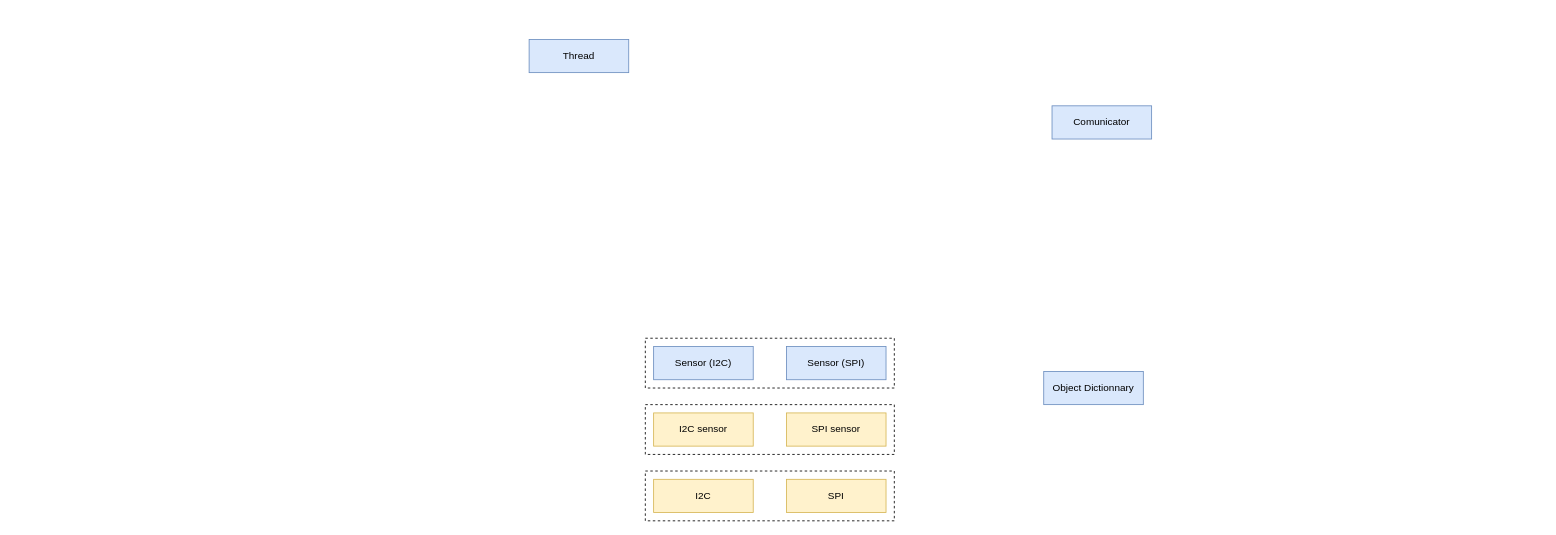
Above: CM4/doc/av_complete.drawio in EPFLRocketTeam/NordendSoftware (draw.io), before the change. Source tidied: cells renumbered, new cells numbered last; positions are measured from the earlier drawing's top-left corner, leaving out a move shared by most shapes. Both pictures are drawn from the tidied source at 83%, with x=0, y=0 at pixel (529, 39).
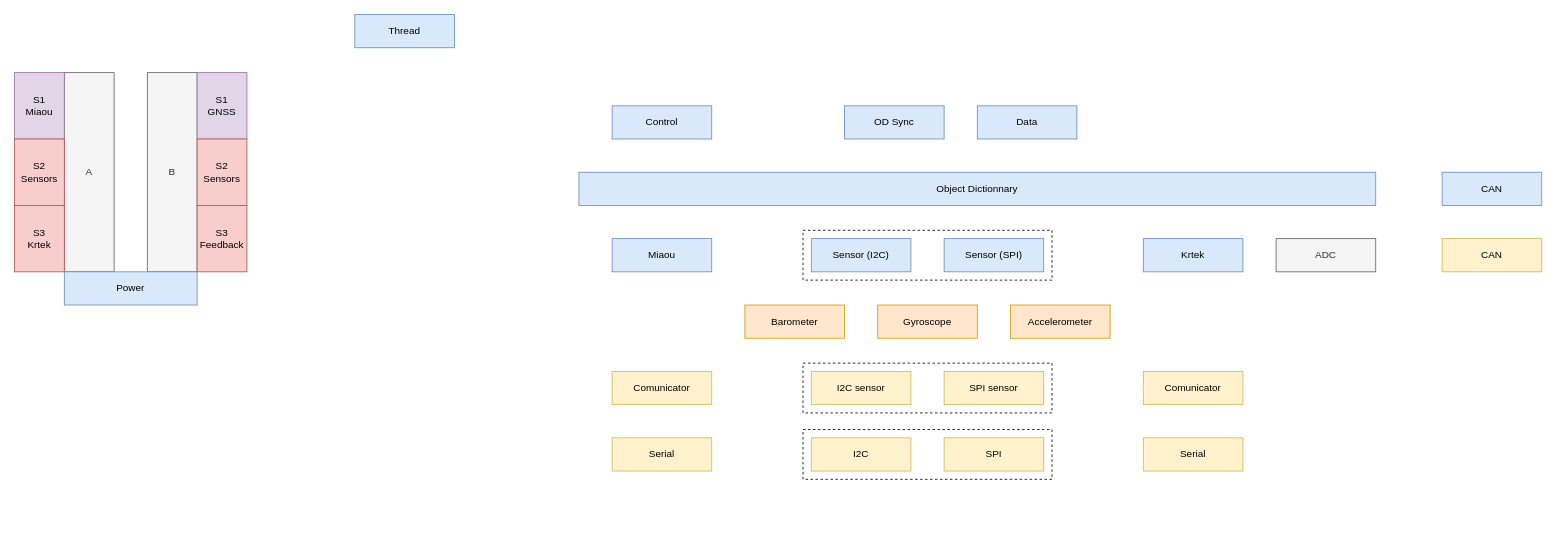
The same diagram, later.

Change to the diagram source:
```diff
@@
     <mxCell id="2" style="rounded=0;whiteSpace=wrap;html=1;dashed=1;fillColor=none;" parent="1" vertex="1">
-      <mxGeometry x="140" y="440" width="300" height="60" as="geometry" />
+      <mxGeometry x="330" y="390" width="300" height="60" as="geometry" />
     </mxCell>
     <mxCell id="3" style="rounded=0;whiteSpace=wrap;html=1;dashed=1;fillColor=none;" parent="1" vertex="1">
-      <mxGeometry x="140" y="520" width="300" height="60" as="geometry" />
+      <mxGeometry x="330" y="470" width="300" height="60" as="geometry" />
     </mxCell>
     <mxCell id="4" style="rounded=0;whiteSpace=wrap;html=1;dashed=1;fillColor=none;" parent="1" vertex="1">
-      <mxGeometry x="140" y="360" width="300" height="60" as="geometry" />
+      <mxGeometry x="330" y="230" width="300" height="60" as="geometry" />
     </mxCell>
     <mxCell id="5" value="Sensor (I2C)" style="rounded=0;whiteSpace=wrap;html=1;fillColor=#dae8fc;strokeColor=#6c8ebf;" parent="1" vertex="1">
-      <mxGeometry x="150" y="370" width="120" height="40" as="geometry" />
+      <mxGeometry x="340" y="240" width="120" height="40" as="geometry" />
     </mxCell>
     <mxCell id="6" value="&lt;div&gt;Sensor (SPI)&lt;/div&gt;" style="rounded=0;whiteSpace=wrap;html=1;fillColor=#dae8fc;strokeColor=#6c8ebf;" parent="1" vertex="1">
-      <mxGeometry x="310" y="370" width="120" height="40" as="geometry" />
+      <mxGeometry x="500" y="240" width="120" height="40" as="geometry" />
     </mxCell>
-    <mxCell id="7" value="Comunicator" style="rounded=0;whiteSpace=wrap;html=1;fillColor=#dae8fc;strokeColor=#6c8ebf;" parent="1" vertex="1">
-      <mxGeometry x="630" y="80" width="120" height="40" as="geometry" />
+    <mxCell id="7" value="Comunicator" style="rounded=0;whiteSpace=wrap;html=1;fillColor=#fff2cc;strokeColor=#d6b656;" parent="1" vertex="1">
+      <mxGeometry x="100" y="400" width="120" height="40" as="geometry" />
     </mxCell>
     <mxCell id="8" value="Object Dictionnary" style="rounded=0;whiteSpace=wrap;html=1;fillColor=#dae8fc;strokeColor=#6c8ebf;" parent="1" vertex="1">
-      <mxGeometry x="620" y="400" width="120" height="40" as="geometry" />
+      <mxGeometry x="60" y="160" width="960" height="40" as="geometry" />
     </mxCell>
     <mxCell id="9" value="Thread" style="rounded=0;whiteSpace=wrap;html=1;fillColor=#dae8fc;strokeColor=#6c8ebf;" parent="1" vertex="1">
-      <mxGeometry width="120" height="40" as="geometry" />
+      <mxGeometry x="-210" y="-30" width="120" height="40" as="geometry" />
     </mxCell>
     <mxCell id="10" value="I2C" style="rounded=0;whiteSpace=wrap;html=1;fillColor=#fff2cc;strokeColor=#d6b656;" parent="1" vertex="1">
-      <mxGeometry x="150" y="530" width="120" height="40" as="geometry" />
+      <mxGeometry x="340" y="480" width="120" height="40" as="geometry" />
     </mxCell>
     <mxCell id="11" value="I2C sensor" style="rounded=0;whiteSpace=wrap;html=1;fillColor=#fff2cc;strokeColor=#d6b656;" parent="1" vertex="1">
-      <mxGeometry x="150" y="450" width="120" height="40" as="geometry" />
+      <mxGeometry x="340" y="400" width="120" height="40" as="geometry" />
     </mxCell>
     <mxCell id="12" value="SPI" style="rounded=0;whiteSpace=wrap;html=1;fillColor=#fff2cc;strokeColor=#d6b656;" parent="1" vertex="1">
-      <mxGeometry x="310" y="530" width="120" height="40" as="geometry" />
+      <mxGeometry x="500" y="480" width="120" height="40" as="geometry" />
     </mxCell>
     <mxCell id="13" value="SPI sensor" style="rounded=0;whiteSpace=wrap;html=1;fillColor=#fff2cc;strokeColor=#d6b656;" parent="1" vertex="1">
-      <mxGeometry x="310" y="450" width="120" height="40" as="geometry" />
+      <mxGeometry x="500" y="400" width="120" height="40" as="geometry" />
     </mxCell>
+    <mxCell id="14" value="A" style="rounded=0;whiteSpace=wrap;html=1;fillColor=#f5f5f5;fontColor=#333333;strokeColor=#666666;" parent="1" vertex="1">
+      <mxGeometry x="-560" y="40" width="60" height="240" as="geometry" />
+    </mxCell>
+    <mxCell id="15" value="B" style="rounded=0;whiteSpace=wrap;html=1;fillColor=#f5f5f5;fontColor=#333333;strokeColor=#666666;" parent="1" vertex="1">
+      <mxGeometry x="-460" y="40" width="60" height="240" as="geometry" />
+    </mxCell>
+    <mxCell id="16" value="S1&lt;br&gt;Miaou" style="rounded=0;whiteSpace=wrap;html=1;fillColor=#e1d5e7;strokeColor=#9673a6;" parent="1" vertex="1">
+      <mxGeometry x="-620" y="40" width="60" height="80" as="geometry" />
+    </mxCell>
+    <mxCell id="17" value="S2&lt;br&gt;Sensors" style="rounded=0;whiteSpace=wrap;html=1;fillColor=#f8cecc;strokeColor=#b85450;" parent="1" vertex="1">
+      <mxGeometry x="-620" y="120" width="60" height="80" as="geometry" />
+    </mxCell>
+    <mxCell id="18" value="S1&lt;br&gt;GNSS" style="rounded=0;whiteSpace=wrap;html=1;fillColor=#e1d5e7;strokeColor=#9673a6;" parent="1" vertex="1">
+      <mxGeometry x="-400" y="40" width="60" height="80" as="geometry" />
+    </mxCell>
+    <mxCell id="19" value="S2&lt;br&gt;Sensors" style="rounded=0;whiteSpace=wrap;html=1;fillColor=#f8cecc;strokeColor=#b85450;" parent="1" vertex="1">
+      <mxGeometry x="-400" y="120" width="60" height="80" as="geometry" />
+    </mxCell>
+    <mxCell id="20" value="S3&lt;br&gt;Krtek" style="rounded=0;whiteSpace=wrap;html=1;fillColor=#f8cecc;strokeColor=#b85450;" parent="1" vertex="1">
+      <mxGeometry x="-620" y="200" width="60" height="80" as="geometry" />
+    </mxCell>
+    <mxCell id="21" value="S3&lt;br&gt;Feedback" style="rounded=0;whiteSpace=wrap;html=1;fillColor=#f8cecc;strokeColor=#b85450;" parent="1" vertex="1">
+      <mxGeometry x="-400" y="200" width="60" height="80" as="geometry" />
+    </mxCell>
+    <mxCell id="22" value="Power" style="rounded=0;whiteSpace=wrap;html=1;fillColor=#dae8fc;strokeColor=#6c8ebf;" parent="1" vertex="1">
+      <mxGeometry x="-560" y="280" width="160" height="40" as="geometry" />
+    </mxCell>
+    <mxCell id="23" value="Comunicator" style="rounded=0;whiteSpace=wrap;html=1;fillColor=#fff2cc;strokeColor=#d6b656;" parent="1" vertex="1">
+      <mxGeometry x="740" y="400" width="120" height="40" as="geometry" />
+    </mxCell>
+    <mxCell id="24" value="Serial" style="rounded=0;whiteSpace=wrap;html=1;fillColor=#fff2cc;strokeColor=#d6b656;" parent="1" vertex="1">
+      <mxGeometry x="100" y="480" width="120" height="40" as="geometry" />
+    </mxCell>
+    <mxCell id="25" value="Serial" style="rounded=0;whiteSpace=wrap;html=1;fillColor=#fff2cc;strokeColor=#d6b656;" parent="1" vertex="1">
+      <mxGeometry x="740" y="480" width="120" height="40" as="geometry" />
+    </mxCell>
+    <mxCell id="26" value="Miaou" style="rounded=0;whiteSpace=wrap;html=1;fillColor=#dae8fc;strokeColor=#6c8ebf;" parent="1" vertex="1">
+      <mxGeometry x="100" y="240" width="120" height="40" as="geometry" />
+    </mxCell>
+    <mxCell id="27" value="Barometer" style="rounded=0;whiteSpace=wrap;html=1;fillColor=#ffe6cc;strokeColor=#d79b00;" parent="1" vertex="1">
+      <mxGeometry x="260" y="320" width="120" height="40" as="geometry" />
+    </mxCell>
+    <mxCell id="28" value="Gyroscope" style="rounded=0;whiteSpace=wrap;html=1;fillColor=#ffe6cc;strokeColor=#d79b00;" parent="1" vertex="1">
+      <mxGeometry x="420" y="320" width="120" height="40" as="geometry" />
+    </mxCell>
+    <mxCell id="29" value="Accelerometer" style="rounded=0;whiteSpace=wrap;html=1;fillColor=#ffe6cc;strokeColor=#d79b00;" parent="1" vertex="1">
+      <mxGeometry x="580" y="320" width="120" height="40" as="geometry" />
+    </mxCell>
+    <mxCell id="30" value="Krtek" style="rounded=0;whiteSpace=wrap;html=1;fillColor=#dae8fc;strokeColor=#6c8ebf;" parent="1" vertex="1">
+      <mxGeometry x="740" y="240" width="120" height="40" as="geometry" />
+    </mxCell>
+    <mxCell id="31" value="ADC" style="rounded=0;whiteSpace=wrap;html=1;fillColor=#f5f5f5;strokeColor=#666666;fontColor=#333333;" parent="1" vertex="1">
+      <mxGeometry x="900" y="240" width="120" height="40" as="geometry" />
+    </mxCell>
+    <mxCell id="32" value="Control" style="rounded=0;whiteSpace=wrap;html=1;fillColor=#dae8fc;strokeColor=#6c8ebf;" parent="1" vertex="1">
+      <mxGeometry x="100" y="80" width="120" height="40" as="geometry" />
+    </mxCell>
+    <mxCell id="33" value="CAN" style="rounded=0;whiteSpace=wrap;html=1;fillColor=#dae8fc;strokeColor=#6c8ebf;" parent="1" vertex="1">
+      <mxGeometry x="1100" y="160" width="120" height="40" as="geometry" />
+    </mxCell>
+    <mxCell id="34" value="CAN" style="rounded=0;whiteSpace=wrap;html=1;fillColor=#fff2cc;strokeColor=#d6b656;" parent="1" vertex="1">
+      <mxGeometry x="1100" y="240" width="120" height="40" as="geometry" />
+    </mxCell>
+    <mxCell id="35" value="OD Sync" style="rounded=0;whiteSpace=wrap;html=1;fillColor=#dae8fc;strokeColor=#6c8ebf;" parent="1" vertex="1">
+      <mxGeometry x="380" y="80" width="120" height="40" as="geometry" />
+    </mxCell>
+    <mxCell id="36" value="Data" style="rounded=0;whiteSpace=wrap;html=1;fillColor=#dae8fc;strokeColor=#6c8ebf;" parent="1" vertex="1">
+      <mxGeometry x="540" y="80" width="120" height="40" as="geometry" />
+    </mxCell>
```
